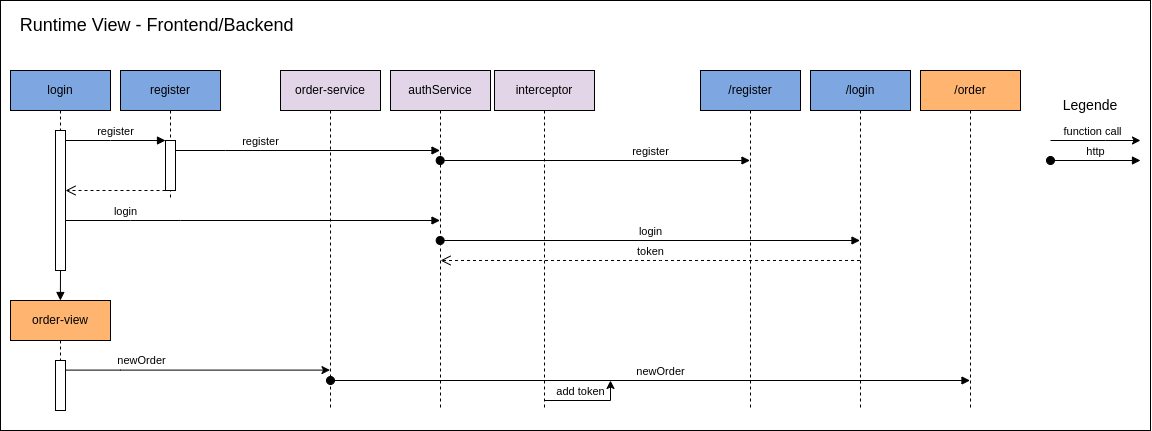
Earlier version of the draw.io export docs/resources/RuntimeView.png (Golo300/Kantinerado). Source tidied: cells renumbered, new cells last; positions are measured from the earlier drawing's top-left corner, leaving out a move shared by most shapes. The source it was exported from:
```xml
<mxGraphModel>
  <root>
    <mxCell id="0" />
    <mxCell id="1" parent="0" />
    <mxCell id="2" style="rounded=0;whiteSpace=wrap;html=1;" parent="1" vertex="1">
      <mxGeometry width="1150" height="430" as="geometry" />
    </mxCell>
    <mxCell id="3" value="login" style="shape=umlLifeline;perimeter=lifelinePerimeter;whiteSpace=wrap;html=1;newEdgeStyle={&quot;curved&quot;:0,&quot;rounded&quot;:0};fillColor=#7EA6E0;" parent="1" vertex="1">
      <mxGeometry x="10" y="70" width="100" height="200" as="geometry" />
    </mxCell>
    <mxCell id="4" style="html=1;points=[[0,0,0,0,5],[0,1,0,0,-5],[1,0,0,0,5],[1,1,0,0,-5]];perimeter=orthogonalPerimeter;outlineConnect=0;targetShapes=umlLifeline;portConstraint=eastwest;newEdgeStyle={&quot;curved&quot;:0,&quot;rounded&quot;:0};" parent="3" vertex="1">
      <mxGeometry x="45" y="60" width="10" height="140" as="geometry" />
    </mxCell>
    <mxCell id="5" value="register" style="shape=umlLifeline;perimeter=lifelinePerimeter;whiteSpace=wrap;html=1;newEdgeStyle={&quot;curved&quot;:0,&quot;rounded&quot;:0};fillColor=#7EA6E0;" parent="1" vertex="1">
      <mxGeometry x="120" y="70" width="100" height="130" as="geometry" />
    </mxCell>
    <mxCell id="6" style="html=1;points=[[0,0,0,0,5],[0,1,0,0,-5],[1,0,0,0,5],[1,1,0,0,-5]];perimeter=orthogonalPerimeter;outlineConnect=0;targetShapes=umlLifeline;portConstraint=eastwest;newEdgeStyle={&quot;curved&quot;:0,&quot;rounded&quot;:0};" parent="5" vertex="1">
      <mxGeometry x="45" y="70" width="10" height="50" as="geometry" />
    </mxCell>
    <mxCell id="7" value="register" style="html=1;verticalAlign=bottom;endArrow=block;curved=0;rounded=0;exitX=1;exitY=0;exitDx=0;exitDy=5;exitPerimeter=0;" parent="1" edge="1" target="6">
      <mxGeometry relative="1" as="geometry">
        <mxPoint x="65" y="140" as="sourcePoint" />
        <Array as="points">
          <mxPoint x="110" y="140" />
        </Array>
      </mxGeometry>
    </mxCell>
    <mxCell id="8" style="html=1;verticalAlign=bottom;endArrow=open;dashed=1;endSize=8;curved=0;rounded=0;entryX=1;entryY=1;entryDx=0;entryDy=-5;entryPerimeter=0;" parent="1" edge="1">
      <mxGeometry relative="1" as="geometry">
        <mxPoint x="165" y="190" as="sourcePoint" />
        <mxPoint x="65" y="190" as="targetPoint" />
        <Array as="points">
          <mxPoint x="120" y="190" />
        </Array>
      </mxGeometry>
    </mxCell>
    <mxCell id="9" value="/register" style="shape=umlLifeline;perimeter=lifelinePerimeter;whiteSpace=wrap;html=1;newEdgeStyle={&quot;curved&quot;:0,&quot;rounded&quot;:0};fillColor=#7EA6E0;" parent="1" vertex="1">
      <mxGeometry x="700" y="70" width="100" height="340" as="geometry" />
    </mxCell>
    <mxCell id="10" value="/login" style="shape=umlLifeline;perimeter=lifelinePerimeter;whiteSpace=wrap;html=1;newEdgeStyle={&quot;curved&quot;:0,&quot;rounded&quot;:0};fillColor=#7EA6E0;" parent="1" vertex="1">
      <mxGeometry x="810" y="70" width="100" height="340" as="geometry" />
    </mxCell>
    <mxCell id="11" value="interceptor" style="shape=umlLifeline;perimeter=lifelinePerimeter;whiteSpace=wrap;html=1;outlineConnect=0;portConstraint=eastwest;newEdgeStyle={&quot;curved&quot;:0,&quot;rounded&quot;:0};fillColor=#E1D5E7;" parent="1" vertex="1">
      <mxGeometry x="494" y="70" width="100" height="340" as="geometry" />
    </mxCell>
    <mxCell id="12" value="token" style="html=1;verticalAlign=bottom;endArrow=open;dashed=1;endSize=8;curved=0;rounded=0;" parent="1" edge="1">
      <mxGeometry relative="1" as="geometry">
        <mxPoint x="859.5" y="260" as="sourcePoint" />
        <mxPoint x="440" y="260" as="targetPoint" />
        <Array as="points">
          <mxPoint x="660" y="260" />
        </Array>
      </mxGeometry>
    </mxCell>
    <mxCell id="13" value="authService" style="shape=umlLifeline;perimeter=lifelinePerimeter;whiteSpace=wrap;html=1;outlineConnect=0;portConstraint=eastwest;newEdgeStyle={&quot;curved&quot;:0,&quot;rounded&quot;:0};fillColor=#E1D5E7;" parent="1" vertex="1">
      <mxGeometry x="390" y="70" width="100" height="340" as="geometry" />
    </mxCell>
    <mxCell id="14" value="register" style="html=1;verticalAlign=bottom;endArrow=block;curved=0;rounded=0;" parent="1" edge="1" source="6" target="13">
      <mxGeometry x="-0.36" relative="1" as="geometry">
        <Array as="points">
          <mxPoint x="225" y="150" />
        </Array>
      </mxGeometry>
    </mxCell>
    <mxCell id="15" value="login" style="html=1;verticalAlign=bottom;endArrow=block;curved=0;rounded=0;" parent="1" edge="1" source="4" target="13">
      <mxGeometry x="-0.68" relative="1" as="geometry">
        <Array as="points">
          <mxPoint x="130" y="220" />
          <mxPoint x="180" y="220" />
        </Array>
      </mxGeometry>
    </mxCell>
    <mxCell id="16" value="login" style="html=1;verticalAlign=bottom;startArrow=oval;startFill=1;endArrow=block;startSize=8;curved=0;rounded=0;" parent="1" edge="1">
      <mxGeometry relative="1" as="geometry">
        <mxPoint x="439.7" y="240" as="sourcePoint" />
        <mxPoint x="859.5" y="240" as="targetPoint" />
      </mxGeometry>
    </mxCell>
    <mxCell id="17" value="register" style="html=1;verticalAlign=bottom;startArrow=oval;startFill=1;endArrow=block;startSize=8;curved=0;rounded=0;" parent="1" edge="1">
      <mxGeometry x="0.36" relative="1" as="geometry">
        <mxPoint x="439.7" y="160" as="sourcePoint" />
        <mxPoint x="749.5" y="160" as="targetPoint" />
      </mxGeometry>
    </mxCell>
    <mxCell id="18" value="order-view" style="shape=umlLifeline;perimeter=lifelinePerimeter;whiteSpace=wrap;html=1;newEdgeStyle={&quot;curved&quot;:0,&quot;rounded&quot;:0};fillColor=#FFB570;" parent="1" vertex="1">
      <mxGeometry x="10" y="300" width="100" height="110" as="geometry" />
    </mxCell>
    <mxCell id="19" style="html=1;perimeter=orthogonalPerimeter;targetShapes=umlLifeline;newEdgeStyle={&quot;curved&quot;:0,&quot;rounded&quot;:0};" parent="18" vertex="1">
      <mxGeometry x="45" y="60" width="10" height="50" as="geometry" />
    </mxCell>
    <mxCell id="20" value="order-service" style="shape=umlLifeline;perimeter=lifelinePerimeter;whiteSpace=wrap;html=1;newEdgeStyle={&quot;curved&quot;:0,&quot;rounded&quot;:0};fillColor=#E1D5E7;" parent="1" vertex="1">
      <mxGeometry x="280" y="70" width="100" height="340" as="geometry" />
    </mxCell>
    <mxCell id="21" style="edgeStyle=orthogonalEdgeStyle;rounded=0;orthogonalLoop=1;jettySize=auto;html=1;curved=0;" parent="1" edge="1">
      <mxGeometry relative="1" as="geometry">
        <mxPoint x="65" y="369.6" as="sourcePoint" />
        <mxPoint x="329.5" y="369.6" as="targetPoint" />
        <Array as="points">
          <mxPoint x="120" y="369.6" />
          <mxPoint x="120" y="369.6" />
        </Array>
      </mxGeometry>
    </mxCell>
    <mxCell id="22" value="newOrder" style="edgeLabel;html=1;align=center;verticalAlign=middle;" parent="21" vertex="1">
      <mxGeometry x="-0.15" y="1" relative="1" as="geometry">
        <mxPoint x="-37" y="-9" as="offset" />
      </mxGeometry>
    </mxCell>
    <mxCell id="23" value="newOrder" style="html=1;verticalAlign=bottom;startArrow=oval;startFill=1;endArrow=block;startSize=8;curved=0;rounded=0;" parent="1" edge="1" target="24">
      <mxGeometry x="0.03" relative="1" as="geometry">
        <mxPoint x="330" y="380" as="sourcePoint" />
      </mxGeometry>
    </mxCell>
    <mxCell id="24" value="/order" style="shape=umlLifeline;perimeter=lifelinePerimeter;whiteSpace=wrap;html=1;outlineConnect=0;portConstraint=eastwest;newEdgeStyle={&quot;curved&quot;:0,&quot;rounded&quot;:0};fillColor=#FFB570;" parent="1" vertex="1">
      <mxGeometry x="920" y="70" width="100" height="340" as="geometry" />
    </mxCell>
    <mxCell id="25" style="html=1;verticalAlign=bottom;endArrow=block;curved=0;rounded=0;" parent="1" edge="1">
      <mxGeometry x="-0.34" y="10" relative="1" as="geometry">
        <mxPoint x="60" y="270" as="sourcePoint" />
        <mxPoint x="59.9" y="300" as="targetPoint" />
      </mxGeometry>
    </mxCell>
    <mxCell id="26" value="http" style="html=1;verticalAlign=bottom;startArrow=oval;startFill=1;endArrow=block;startSize=8;curved=0;rounded=0;" parent="1" edge="1">
      <mxGeometry relative="1" as="geometry">
        <mxPoint x="1050" y="160" as="sourcePoint" />
        <mxPoint x="1140" y="160" as="targetPoint" />
      </mxGeometry>
    </mxCell>
    <mxCell id="27" style="edgeStyle=orthogonalEdgeStyle;rounded=0;orthogonalLoop=1;jettySize=auto;html=1;curved=0;" parent="1" edge="1">
      <mxGeometry relative="1" as="geometry">
        <mxPoint x="1050" y="140" as="sourcePoint" />
        <mxPoint x="1140" y="140" as="targetPoint" />
        <Array as="points">
          <mxPoint x="1105" y="140" />
          <mxPoint x="1105" y="140" />
        </Array>
      </mxGeometry>
    </mxCell>
    <mxCell id="28" value="function call" style="edgeLabel;html=1;align=center;verticalAlign=middle;" parent="27" vertex="1">
      <mxGeometry x="-0.15" y="1" relative="1" as="geometry">
        <mxPoint x="3" y="-9" as="offset" />
      </mxGeometry>
    </mxCell>
    <mxCell id="29" style="edgeStyle=orthogonalEdgeStyle;rounded=0;jettySize=auto;html=1;curved=0;" parent="1" edge="1" source="11">
      <mxGeometry relative="1" as="geometry">
        <mxPoint x="610" y="380" as="targetPoint" />
        <Array as="points">
          <mxPoint x="610" y="400" />
        </Array>
      </mxGeometry>
    </mxCell>
    <mxCell id="30" value="add token" style="edgeLabel;html=1;align=center;verticalAlign=middle;" parent="29" vertex="1">
      <mxGeometry x="-0.15" y="1" relative="1" as="geometry">
        <mxPoint x="-1" y="-9" as="offset" />
      </mxGeometry>
    </mxCell>
    <mxCell id="31" value="&lt;font style=&quot;font-size: 14px;&quot;&gt;Legende&lt;/font&gt;" style="text;html=1;strokeColor=none;fillColor=none;align=center;verticalAlign=middle;whiteSpace=wrap;rounded=0;" parent="1" vertex="1">
      <mxGeometry x="1060" y="90" width="60" height="30" as="geometry" />
    </mxCell>
    <mxCell id="32" value="&lt;span style=&quot;font-size: 18px;&quot;&gt;Runtime View - Frontend/Backend&lt;/span&gt;&amp;nbsp;&amp;nbsp;" style="text;html=1;strokeColor=none;fillColor=none;align=center;verticalAlign=middle;whiteSpace=wrap;rounded=0;" parent="1" vertex="1">
      <mxGeometry x="10" y="10" width="300" height="30" as="geometry" />
    </mxCell>
  </root>
</mxGraphModel>
```
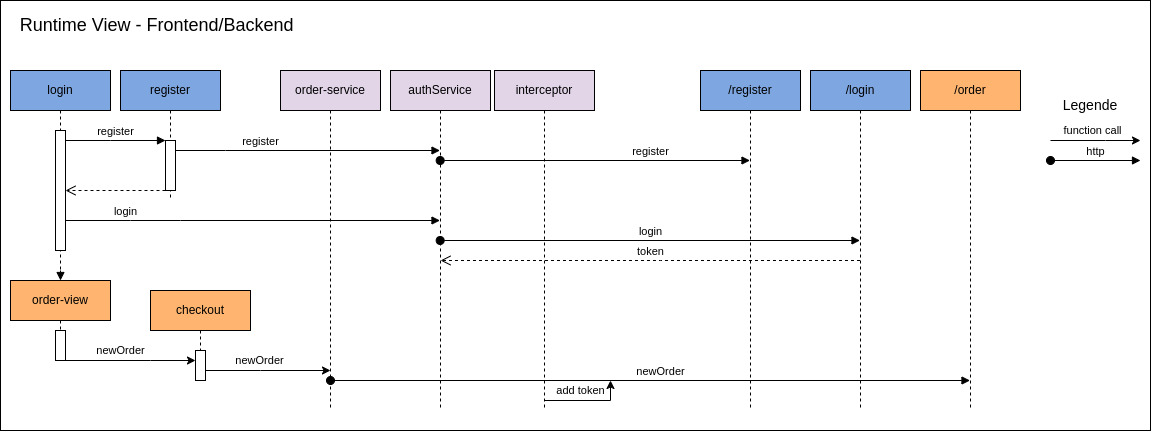
The same diagram one commit later.

Change to the diagram source:
```diff
@@ -9,7 +9,7 @@
       <mxGeometry x="10" y="70" width="100" height="200" as="geometry" />
     </mxCell>
     <mxCell id="4" style="html=1;points=[[0,0,0,0,5],[0,1,0,0,-5],[1,0,0,0,5],[1,1,0,0,-5]];perimeter=orthogonalPerimeter;outlineConnect=0;targetShapes=umlLifeline;portConstraint=eastwest;newEdgeStyle={&quot;curved&quot;:0,&quot;rounded&quot;:0};" parent="3" vertex="1">
-      <mxGeometry x="45" y="60" width="10" height="140" as="geometry" />
+      <mxGeometry x="45" y="60" width="10" height="120" as="geometry" />
     </mxCell>
     <mxCell id="5" value="register" style="shape=umlLifeline;perimeter=lifelinePerimeter;whiteSpace=wrap;html=1;newEdgeStyle={&quot;curved&quot;:0,&quot;rounded&quot;:0};fillColor=#7EA6E0;" parent="1" vertex="1">
       <mxGeometry x="120" y="70" width="100" height="130" as="geometry" />
@@ -83,27 +83,27 @@
       </mxGeometry>
     </mxCell>
     <mxCell id="18" value="order-view" style="shape=umlLifeline;perimeter=lifelinePerimeter;whiteSpace=wrap;html=1;newEdgeStyle={&quot;curved&quot;:0,&quot;rounded&quot;:0};fillColor=#FFB570;" parent="1" vertex="1">
-      <mxGeometry x="10" y="300" width="100" height="110" as="geometry" />
+      <mxGeometry x="10" y="280" width="100" height="80" as="geometry" />
     </mxCell>
     <mxCell id="19" style="html=1;perimeter=orthogonalPerimeter;targetShapes=umlLifeline;newEdgeStyle={&quot;curved&quot;:0,&quot;rounded&quot;:0};" parent="18" vertex="1">
-      <mxGeometry x="45" y="60" width="10" height="50" as="geometry" />
+      <mxGeometry x="45" y="50" width="10" height="30" as="geometry" />
     </mxCell>
     <mxCell id="20" value="order-service" style="shape=umlLifeline;perimeter=lifelinePerimeter;whiteSpace=wrap;html=1;newEdgeStyle={&quot;curved&quot;:0,&quot;rounded&quot;:0};fillColor=#E1D5E7;" parent="1" vertex="1">
       <mxGeometry x="280" y="70" width="100" height="340" as="geometry" />
     </mxCell>
     <mxCell id="21" style="edgeStyle=orthogonalEdgeStyle;rounded=0;orthogonalLoop=1;jettySize=auto;html=1;curved=0;" parent="1" edge="1">
       <mxGeometry relative="1" as="geometry">
-        <mxPoint x="65" y="369.6" as="sourcePoint" />
-        <mxPoint x="329.5" y="369.6" as="targetPoint" />
+        <mxPoint x="65" y="360" as="sourcePoint" />
+        <mxPoint x="195" y="360" as="targetPoint" />
         <Array as="points">
-          <mxPoint x="120" y="369.6" />
-          <mxPoint x="120" y="369.6" />
+          <mxPoint x="150" y="360.4" />
+          <mxPoint x="150" y="360.4" />
         </Array>
       </mxGeometry>
     </mxCell>
     <mxCell id="22" value="newOrder" style="edgeLabel;html=1;align=center;verticalAlign=middle;" parent="21" vertex="1">
       <mxGeometry x="-0.15" y="1" relative="1" as="geometry">
-        <mxPoint x="-37" y="-9" as="offset" />
+        <mxPoint y="-9" as="offset" />
       </mxGeometry>
     </mxCell>
     <mxCell id="23" value="newOrder" style="html=1;verticalAlign=bottom;startArrow=oval;startFill=1;endArrow=block;startSize=8;curved=0;rounded=0;" parent="1" edge="1" target="24">
@@ -117,7 +117,7 @@
     <mxCell id="25" style="html=1;verticalAlign=bottom;endArrow=block;curved=0;rounded=0;" parent="1" edge="1">
       <mxGeometry x="-0.34" y="10" relative="1" as="geometry">
         <mxPoint x="60" y="270" as="sourcePoint" />
-        <mxPoint x="59.9" y="300" as="targetPoint" />
+        <mxPoint x="60" y="280" as="targetPoint" />
       </mxGeometry>
     </mxCell>
     <mxCell id="26" value="http" style="html=1;verticalAlign=bottom;startArrow=oval;startFill=1;endArrow=block;startSize=8;curved=0;rounded=0;" parent="1" edge="1">
@@ -160,5 +160,25 @@
     <mxCell id="32" value="&lt;span style=&quot;font-size: 18px;&quot;&gt;Runtime View - Frontend/Backend&lt;/span&gt;&amp;nbsp;&amp;nbsp;" style="text;html=1;strokeColor=none;fillColor=none;align=center;verticalAlign=middle;whiteSpace=wrap;rounded=0;" parent="1" vertex="1">
       <mxGeometry x="10" y="10" width="300" height="30" as="geometry" />
     </mxCell>
+    <mxCell id="33" value="checkout" style="shape=umlLifeline;perimeter=lifelinePerimeter;whiteSpace=wrap;html=1;newEdgeStyle={&quot;curved&quot;:0,&quot;rounded&quot;:0};fillColor=#FFB570;" parent="1" vertex="1">
+      <mxGeometry x="150" y="290" width="100" height="90" as="geometry" />
+    </mxCell>
+    <mxCell id="34" style="html=1;points=[[0,0,0,0,5],[0,1,0,0,-5],[1,0,0,0,5],[1,1,0,0,-5]];perimeter=orthogonalPerimeter;outlineConnect=0;targetShapes=umlLifeline;portConstraint=eastwest;newEdgeStyle={&quot;curved&quot;:0,&quot;rounded&quot;:0};" parent="33" vertex="1">
+      <mxGeometry x="45" y="60" width="10" height="30" as="geometry" />
+    </mxCell>
+    <mxCell id="35" style="edgeStyle=orthogonalEdgeStyle;rounded=0;jettySize=auto;html=1;curved=0;" parent="1" edge="1" source="34">
+      <mxGeometry relative="1" as="geometry">
+        <mxPoint x="330" y="370" as="targetPoint" />
+        <Array as="points">
+          <mxPoint x="260" y="370" />
+          <mxPoint x="260" y="370" />
+        </Array>
+      </mxGeometry>
+    </mxCell>
+    <mxCell id="36" value="newOrder" style="edgeLabel;html=1;align=center;verticalAlign=middle;" parent="35" vertex="1">
+      <mxGeometry x="-0.15" y="1" relative="1" as="geometry">
+        <mxPoint y="-9" as="offset" />
+      </mxGeometry>
+    </mxCell>
   </root>
 </mxGraphModel>
```
